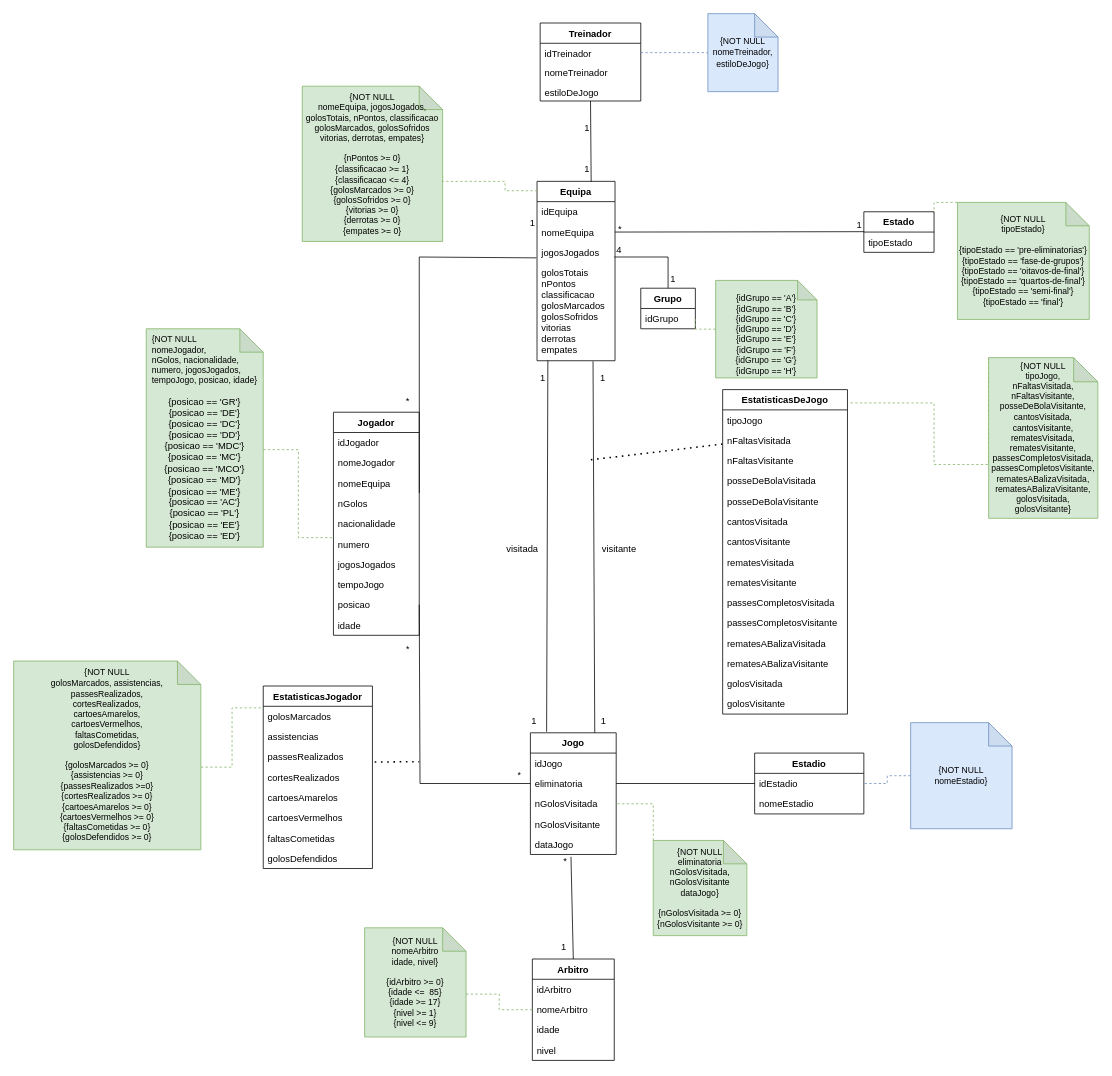
Earlier version of the draw.io diagram diagramaBixo.drawio (dratomitoma/BD). Source tidied: cells renumbered, new cells numbered last; positions are measured from the earlier drawing's top-left corner, leaving out a move shared by most shapes. Both pictures are drawn from the tidied source at 78%, with x=0, y=0 at pixel (13, 13).
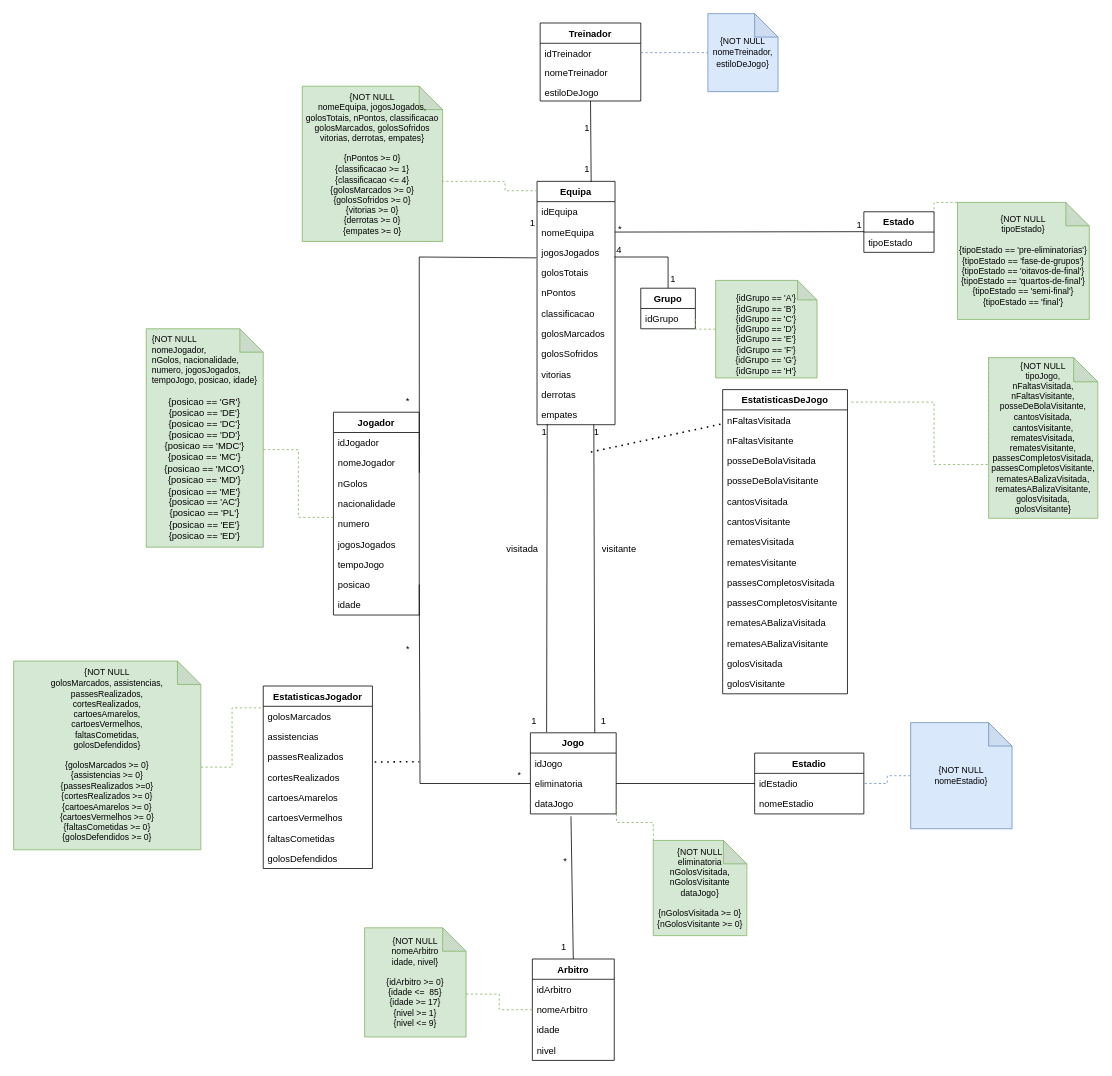
The same page after the edit.

Unchanged cells that the change refers to:
```xml
<mxCell id="93" value="{NOT NULL&lt;br&gt;eliminatoria&lt;br&gt;nGolosVisitada,&lt;br&gt;nGolosVisitante&lt;br&gt;dataJogo}&lt;br&gt;&lt;br&gt;{nGolosVisitada &amp;gt;= 0}&lt;br&gt;{nGolosVisitante &amp;gt;= 0}" style="shape=note;whiteSpace=wrap;html=1;backgroundOutline=1;darkOpacity=0.05;fontSize=11;fillColor=#d5e8d4;strokeColor=#82b366;" parent="1" vertex="1">
  <mxGeometry x="820" y="1060" width="120" height="122" as="geometry" />
</mxCell>
```

What changed in the source:
```diff
@@
     <mxCell id="2" value="Equipa" style="swimlane;fontStyle=1;align=center;verticalAlign=top;horizontal=1;startSize=26;" parent="1" vertex="1">
-      <mxGeometry x="671" y="215" width="100" height="230" as="geometry" />
+      <mxGeometry x="671" y="215" width="100" height="312" as="geometry" />
     </mxCell>
@@
-    <mxCell id="6" value="golosTotais&#10;nPontos&#10;classificacao&#10;golosMarcados&#10;golosSofridos&#10;vitorias&#10;derrotas&#10;empates" style="text;strokeColor=none;fillColor=none;align=left;verticalAlign=top;spacingLeft=4;spacingRight=4;overflow=hidden;points=[[0,0.5],[1,0.5]];portConstraint=eastwest;" parent="2" vertex="1">
-      <mxGeometry y="104" width="100" height="126" as="geometry" />
+    <mxCell id="6" value="golosTotais" style="text;strokeColor=none;fillColor=none;align=left;verticalAlign=top;spacingLeft=4;spacingRight=4;overflow=hidden;points=[[0,0.5],[1,0.5]];portConstraint=eastwest;" parent="2" vertex="1">
+      <mxGeometry y="104" width="100" height="26" as="geometry" />
     </mxCell>
+    <mxCell id="114" value="nPontos" style="text;strokeColor=none;fillColor=none;align=left;verticalAlign=top;spacingLeft=4;spacingRight=4;overflow=hidden;" parent="2" vertex="1">
+      <mxGeometry y="130" width="100" height="26" as="geometry" />
+    </mxCell>
+    <mxCell id="115" value="classificacao" style="text;strokeColor=none;fillColor=none;align=left;verticalAlign=top;spacingLeft=4;spacingRight=4;overflow=hidden;" parent="2" vertex="1">
+      <mxGeometry y="156" width="100" height="26" as="geometry" />
+    </mxCell>
+    <mxCell id="116" value="golosMarcados" style="text;strokeColor=none;fillColor=none;align=left;verticalAlign=top;spacingLeft=4;spacingRight=4;overflow=hidden;" parent="2" vertex="1">
+      <mxGeometry y="182" width="100" height="26" as="geometry" />
+    </mxCell>
+    <mxCell id="117" value="golosSofridos" style="text;strokeColor=none;fillColor=none;align=left;verticalAlign=top;spacingLeft=4;spacingRight=4;overflow=hidden;" parent="2" vertex="1">
+      <mxGeometry y="208" width="100" height="26" as="geometry" />
+    </mxCell>
+    <mxCell id="118" value="vitorias" style="text;strokeColor=none;fillColor=none;align=left;verticalAlign=top;spacingLeft=4;spacingRight=4;overflow=hidden;" parent="2" vertex="1">
+      <mxGeometry y="234" width="100" height="26" as="geometry" />
+    </mxCell>
+    <mxCell id="119" value="derrotas" style="text;strokeColor=none;fillColor=none;align=left;verticalAlign=top;spacingLeft=4;spacingRight=4;overflow=hidden;" parent="2" vertex="1">
+      <mxGeometry y="260" width="100" height="26" as="geometry" />
+    </mxCell>
+    <mxCell id="120" value="empates" style="text;strokeColor=none;fillColor=none;align=left;verticalAlign=top;spacingLeft=4;spacingRight=4;overflow=hidden;points=[[0,0.5],[1,0.5]];portConstraint=eastwest;" parent="2" vertex="1">
+      <mxGeometry y="286" width="100" height="26" as="geometry" />
+    </mxCell>
     <mxCell id="7" value="Jogador" style="swimlane;fontStyle=1;align=center;verticalAlign=top;horizontal=1;startSize=26;" parent="1" vertex="1">
-      <mxGeometry x="410" y="511" width="110" height="286" as="geometry" />
+      <mxGeometry x="410" y="511" width="110" height="260" as="geometry" />
     </mxCell>
@@
-    <mxCell id="10" value="nomeEquipa" style="text;strokeColor=none;fillColor=none;align=left;verticalAlign=top;spacingLeft=4;spacingRight=4;overflow=hidden;" parent="7" vertex="1">
-      <mxGeometry y="78" width="110" height="26" as="geometry" />
-    </mxCell>
     <mxCell id="11" value="nGolos" style="text;strokeColor=none;fillColor=none;align=left;verticalAlign=top;spacingLeft=4;spacingRight=4;overflow=hidden;points=[[0,0.5],[1,0.5]];portConstraint=eastwest;" parent="7" vertex="1">
-      <mxGeometry y="104" width="110" height="26" as="geometry" />
+      <mxGeometry y="78" width="110" height="26" as="geometry" />
     </mxCell>
     <mxCell id="12" value="nacionalidade" style="text;strokeColor=none;fillColor=none;align=left;verticalAlign=top;spacingLeft=4;spacingRight=4;overflow=hidden;" parent="7" vertex="1">
-      <mxGeometry y="130" width="110" height="26" as="geometry" />
+      <mxGeometry y="104" width="110" height="26" as="geometry" />
     </mxCell>
     <mxCell id="13" value="numero" style="text;strokeColor=none;fillColor=none;align=left;verticalAlign=top;spacingLeft=4;spacingRight=4;overflow=hidden;points=[[0,0.5],[1,0.5]];portConstraint=eastwest;" parent="7" vertex="1">
-      <mxGeometry y="156" width="110" height="26" as="geometry" />
+      <mxGeometry y="130" width="110" height="26" as="geometry" />
     </mxCell>
     <mxCell id="14" value="jogosJogados" style="text;strokeColor=none;fillColor=none;align=left;verticalAlign=top;spacingLeft=4;spacingRight=4;overflow=hidden;" parent="7" vertex="1">
-      <mxGeometry y="182" width="110" height="26" as="geometry" />
+      <mxGeometry y="156" width="110" height="26" as="geometry" />
     </mxCell>
     <mxCell id="15" value="tempoJogo" style="text;strokeColor=none;fillColor=none;align=left;verticalAlign=top;spacingLeft=4;spacingRight=4;overflow=hidden;" parent="7" vertex="1">
-      <mxGeometry y="208" width="110" height="26" as="geometry" />
+      <mxGeometry y="182" width="110" height="26" as="geometry" />
     </mxCell>
     <mxCell id="16" value="posicao" style="text;strokeColor=none;fillColor=none;align=left;verticalAlign=top;spacingLeft=4;spacingRight=4;overflow=hidden;points=[[0,0.5],[1,0.5]];portConstraint=eastwest;" parent="7" vertex="1">
-      <mxGeometry y="234" width="110" height="26" as="geometry" />
+      <mxGeometry y="208" width="110" height="26" as="geometry" />
     </mxCell>
     <mxCell id="17" value="idade" style="text;strokeColor=none;fillColor=none;align=left;verticalAlign=top;spacingLeft=4;spacingRight=4;overflow=hidden;" parent="7" vertex="1">
-      <mxGeometry y="260" width="110" height="26" as="geometry" />
+      <mxGeometry y="234" width="110" height="26" as="geometry" />
     </mxCell>
@@
     <mxCell id="19" value="Jogo" style="swimlane;fontStyle=1;align=center;verticalAlign=top;horizontal=1;startSize=26;" parent="1" vertex="1">
-      <mxGeometry x="662.5" y="922" width="110" height="156" as="geometry" />
+      <mxGeometry x="662.5" y="922" width="110" height="104" as="geometry" />
     </mxCell>
@@
-    <mxCell id="22" value="nGolosVisitada" style="text;strokeColor=none;fillColor=none;align=left;verticalAlign=top;spacingLeft=4;spacingRight=4;overflow=hidden;points=[[0,0.5],[1,0.5]];portConstraint=eastwest;" parent="19" vertex="1">
-      <mxGeometry y="78" width="110" height="26" as="geometry" />
-    </mxCell>
-    <mxCell id="23" value="nGolosVisitante" style="text;strokeColor=none;fillColor=none;align=left;verticalAlign=top;spacingLeft=4;spacingRight=4;overflow=hidden;" parent="19" vertex="1">
-      <mxGeometry y="104" width="110" height="26" as="geometry" />
-    </mxCell>
     <mxCell id="24" value="dataJogo" style="text;strokeColor=none;fillColor=none;align=left;verticalAlign=top;spacingLeft=4;spacingRight=4;overflow=hidden;points=[[0,0.5],[1,0.5]];portConstraint=eastwest;" parent="19" vertex="1">
-      <mxGeometry y="130" width="110" height="26" as="geometry" />
+      <mxGeometry y="78" width="110" height="26" as="geometry" />
     </mxCell>
-    <mxCell id="25" style="endArrow=none;html=1;rounded=0;entryX=0.139;entryY=0.997;entryDx=0;entryDy=0;entryPerimeter=0;exitX=0.189;exitY=-0.009;exitDx=0;exitDy=0;exitPerimeter=0;" parent="1" edge="1" source="19" target="6">
+    <mxCell id="25" style="endArrow=none;html=1;rounded=0;entryX=0.131;entryY=0.963;entryDx=0;entryDy=0;entryPerimeter=0;exitX=0.189;exitY=-0.009;exitDx=0;exitDy=0;exitPerimeter=0;" parent="1" edge="1" source="19" target="120">
       <mxGeometry relative="1" as="geometry" />
     </mxCell>
-    <mxCell id="26" style="endArrow=none;html=1;rounded=0;entryX=0.718;entryY=1.006;entryDx=0;entryDy=0;entryPerimeter=0;exitX=0.75;exitY=0;exitDx=0;exitDy=0;" parent="1" edge="1" source="19" target="6">
+    <mxCell id="26" style="endArrow=none;html=1;rounded=0;entryX=0.728;entryY=0.99;entryDx=0;entryDy=0;entryPerimeter=0;exitX=0.75;exitY=0;exitDx=0;exitDy=0;" parent="1" edge="1" source="19" target="120">
       <mxGeometry relative="1" as="geometry" />
     </mxCell>
@@
     <mxCell id="41" value="1" style="text;html=1;align=center;verticalAlign=middle;strokeColor=none;fillColor=none;" parent="1" vertex="1">
-      <mxGeometry x="662.5" y="452" width="30" height="30" as="geometry" />
+      <mxGeometry x="665" y="522" width="30" height="30" as="geometry" />
     </mxCell>
     <mxCell id="42" value="1" style="text;html=1;align=center;verticalAlign=middle;strokeColor=none;fillColor=none;" parent="1" vertex="1">
-      <mxGeometry x="740" y="452" width="30" height="30" as="geometry" />
+      <mxGeometry x="732" y="522" width="30" height="30" as="geometry" />
     </mxCell>
@@
     <mxCell id="44" value="EstatisticasDeJogo" style="swimlane;fontStyle=1;align=center;verticalAlign=top;horizontal=1;startSize=26;" parent="1" vertex="1">
-      <mxGeometry x="909" y="482" width="160" height="416" as="geometry" />
+      <mxGeometry x="909" y="482" width="160" height="390" as="geometry" />
     </mxCell>
-    <mxCell id="45" value="tipoJogo" style="text;strokeColor=none;fillColor=none;align=left;verticalAlign=top;spacingLeft=4;spacingRight=4;overflow=hidden;" parent="44" vertex="1">
-      <mxGeometry y="26" width="160" height="26" as="geometry" />
-    </mxCell>
     <mxCell id="46" value="nFaltasVisitada" style="text;strokeColor=none;fillColor=none;align=left;verticalAlign=top;spacingLeft=4;spacingRight=4;overflow=hidden;points=[[0,0.5],[1,0.5]];portConstraint=eastwest;" parent="44" vertex="1">
-      <mxGeometry y="52" width="160" height="26" as="geometry" />
+      <mxGeometry y="26" width="160" height="26" as="geometry" />
     </mxCell>
     <mxCell id="47" value="nFaltasVisitante" style="text;strokeColor=none;fillColor=none;align=left;verticalAlign=top;spacingLeft=4;spacingRight=4;overflow=hidden;" parent="44" vertex="1">
-      <mxGeometry y="78" width="160" height="26" as="geometry" />
+      <mxGeometry y="52" width="160" height="26" as="geometry" />
     </mxCell>
     <mxCell id="48" value="posseDeBolaVisitada&#10;" style="text;strokeColor=none;fillColor=none;align=left;verticalAlign=top;spacingLeft=4;spacingRight=4;overflow=hidden;" parent="44" vertex="1">
-      <mxGeometry y="104" width="160" height="26" as="geometry" />
+      <mxGeometry y="78" width="160" height="26" as="geometry" />
     </mxCell>
     <mxCell id="49" value="posseDeBolaVisitante&#10;" style="text;strokeColor=none;fillColor=none;align=left;verticalAlign=top;spacingLeft=4;spacingRight=4;overflow=hidden;" parent="44" vertex="1">
-      <mxGeometry y="130" width="160" height="26" as="geometry" />
+      <mxGeometry y="104" width="160" height="26" as="geometry" />
     </mxCell>
     <mxCell id="50" value="cantosVisitada&#10;" style="text;strokeColor=none;fillColor=none;align=left;verticalAlign=top;spacingLeft=4;spacingRight=4;overflow=hidden;" parent="44" vertex="1">
-      <mxGeometry y="156" width="160" height="26" as="geometry" />
+      <mxGeometry y="130" width="160" height="26" as="geometry" />
     </mxCell>
     <mxCell id="51" value="cantosVisitante&#10;" style="text;strokeColor=none;fillColor=none;align=left;verticalAlign=top;spacingLeft=4;spacingRight=4;overflow=hidden;" parent="44" vertex="1">
-      <mxGeometry y="182" width="160" height="26" as="geometry" />
+      <mxGeometry y="156" width="160" height="26" as="geometry" />
     </mxCell>
     <mxCell id="52" value="rematesVisitada" style="text;strokeColor=none;fillColor=none;align=left;verticalAlign=top;spacingLeft=4;spacingRight=4;overflow=hidden;" parent="44" vertex="1">
-      <mxGeometry y="208" width="160" height="26" as="geometry" />
+      <mxGeometry y="182" width="160" height="26" as="geometry" />
     </mxCell>
     <mxCell id="53" value="rematesVisitante&#10;" style="text;strokeColor=none;fillColor=none;align=left;verticalAlign=top;spacingLeft=4;spacingRight=4;overflow=hidden;" parent="44" vertex="1">
-      <mxGeometry y="234" width="160" height="26" as="geometry" />
+      <mxGeometry y="208" width="160" height="26" as="geometry" />
     </mxCell>
     <mxCell id="54" value="passesCompletosVisitada" style="text;strokeColor=none;fillColor=none;align=left;verticalAlign=top;spacingLeft=4;spacingRight=4;overflow=hidden;" parent="44" vertex="1">
-      <mxGeometry y="260" width="160" height="26" as="geometry" />
+      <mxGeometry y="234" width="160" height="26" as="geometry" />
     </mxCell>
     <mxCell id="55" value="passesCompletosVisitante&#10;" style="text;strokeColor=none;fillColor=none;align=left;verticalAlign=top;spacingLeft=4;spacingRight=4;overflow=hidden;" parent="44" vertex="1">
-      <mxGeometry y="286" width="160" height="26" as="geometry" />
+      <mxGeometry y="260" width="160" height="26" as="geometry" />
     </mxCell>
     <mxCell id="56" value="rematesABalizaVisitada" style="text;strokeColor=none;fillColor=none;align=left;verticalAlign=top;spacingLeft=4;spacingRight=4;overflow=hidden;" parent="44" vertex="1">
-      <mxGeometry y="312" width="160" height="26" as="geometry" />
+      <mxGeometry y="286" width="160" height="26" as="geometry" />
     </mxCell>
     <mxCell id="57" value="rematesABalizaVisitante" style="text;strokeColor=none;fillColor=none;align=left;verticalAlign=top;spacingLeft=4;spacingRight=4;overflow=hidden;" parent="44" vertex="1">
-      <mxGeometry y="338" width="160" height="26" as="geometry" />
+      <mxGeometry y="312" width="160" height="26" as="geometry" />
     </mxCell>
     <mxCell id="58" value="golosVisitada" style="text;strokeColor=none;fillColor=none;align=left;verticalAlign=top;spacingLeft=4;spacingRight=4;overflow=hidden;" parent="44" vertex="1">
-      <mxGeometry y="364" width="160" height="26" as="geometry" />
+      <mxGeometry y="338" width="160" height="26" as="geometry" />
     </mxCell>
     <mxCell id="59" value="golosVisitante" style="text;strokeColor=none;fillColor=none;align=left;verticalAlign=top;spacingLeft=4;spacingRight=4;overflow=hidden;" parent="44" vertex="1">
-      <mxGeometry y="390" width="160" height="26" as="geometry" />
+      <mxGeometry y="364" width="160" height="26" as="geometry" />
     </mxCell>
     <mxCell id="60" style="endArrow=none;dashed=1;html=1;dashPattern=1 3;strokeWidth=2;rounded=0;entryX=-0.004;entryY=0.689;entryDx=0;entryDy=0;entryPerimeter=0;" parent="1" edge="1" target="46">
       <mxGeometry relative="1" as="geometry">
-        <mxPoint x="740" y="572" as="sourcePoint" />
+        <mxPoint x="740" y="562" as="sourcePoint" />
       </mxGeometry>
     </mxCell>
@@
-    <mxCell id="92" style="edgeStyle=orthogonalEdgeStyle;rounded=0;jettySize=auto;html=1;exitX=0;exitY=0;exitDx=0;exitDy=0;exitPerimeter=0;fontSize=11;strokeColor=#82B366;dashed=1;endArrow=none;endFill=0;entryX=1;entryY=0.5;entryDx=0;entryDy=0;" parent="1" edge="1" source="93" target="22">
-      <mxGeometry relative="1" as="geometry" />
+    <mxCell id="92" style="edgeStyle=orthogonalEdgeStyle;rounded=0;jettySize=auto;html=1;exitX=0;exitY=0;exitDx=0;exitDy=0;exitPerimeter=0;fontSize=11;strokeColor=#82B366;dashed=1;endArrow=none;endFill=0;entryX=1;entryY=0.5;entryDx=0;entryDy=0;" parent="1" edge="1" source="93">
+      <mxGeometry relative="1" as="geometry">
+        <mxPoint x="772.5" y="1013" as="targetPoint" />
+      </mxGeometry>
     </mxCell>
```
